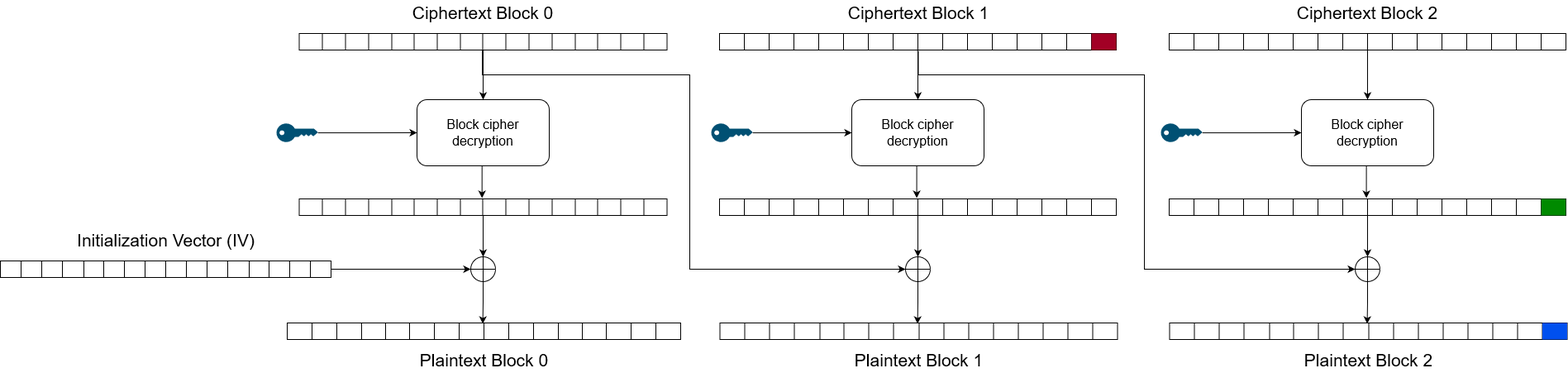
This is content/cryptography/aes_padding_oracle_i/images/aes-cbc-padding-oracle-1.png from dubs3c/Dojo, a draw.io export, as it was before one commit. Source tidied: cells renumbered, new cells last; positions are measured from the earlier drawing's top-left corner, leaving out a move shared by most shapes.
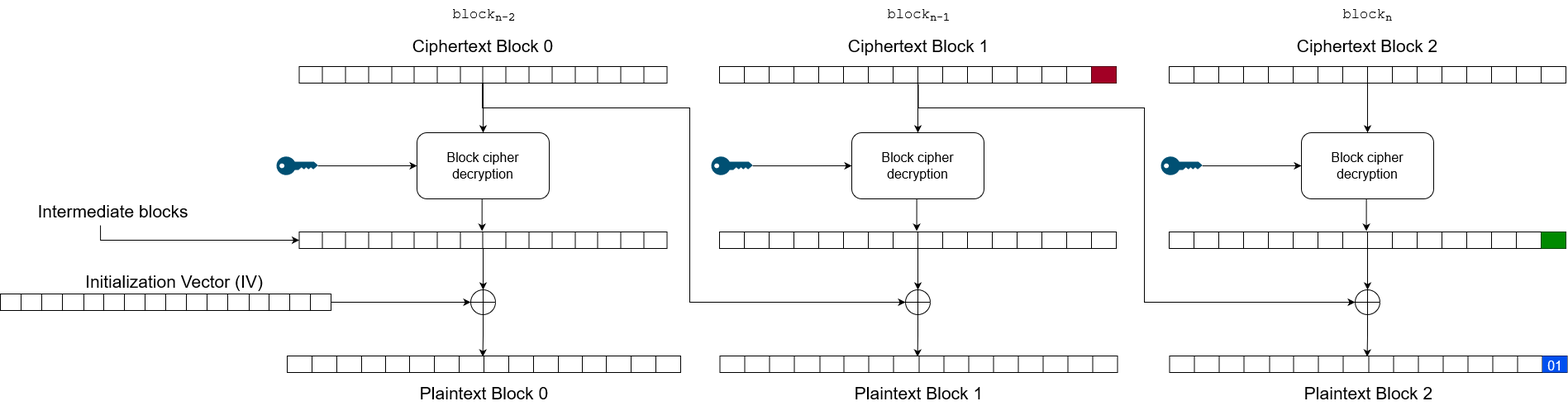
Later version of the same file.

What changed in the source:
```diff
@@ -141,8 +141,11 @@
     <mxCell id="45" value="Ciphertext Block 0" style="text;html=1;strokeColor=none;fillColor=none;align=center;verticalAlign=middle;whiteSpace=wrap;rounded=0;fontSize=21;" parent="1" vertex="1">
       <mxGeometry x="489" width="190" height="30" as="geometry" />
     </mxCell>
+    <mxCell id="222" style="edgeStyle=orthogonalEdgeStyle;rounded=0;jettySize=auto;html=1;exitX=0.437;exitY=1.067;exitDx=0;exitDy=0;exitPerimeter=0;" parent="1" edge="1" source="46" target="49">
+      <mxGeometry relative="1" as="geometry" />
+    </mxCell>
-    <mxCell id="46" value="Initialization Vector (IV)" style="text;html=1;strokeColor=none;fillColor=none;align=center;verticalAlign=middle;whiteSpace=wrap;rounded=0;fontSize=21;" parent="1" vertex="1">
-      <mxGeometry x="77.5" y="275" width="245" height="30" as="geometry" />
+    <mxCell id="46" value="Intermediate blocks" style="text;html=1;strokeColor=none;fillColor=none;align=center;verticalAlign=middle;whiteSpace=wrap;rounded=0;fontSize=21;" parent="1" vertex="1">
+      <mxGeometry x="14" y="200" width="245" height="30" as="geometry" />
     </mxCell>
     <mxCell id="47" style="edgeStyle=orthogonalEdgeStyle;rounded=0;jettySize=auto;html=1;fontSize=21;" parent="1" edge="1" source="48">
       <mxGeometry relative="1" as="geometry">
@@ -338,7 +341,7 @@
     <mxCell id="108" style="shape=partialRectangle;html=1;whiteSpace=wrap;overflow=hidden;fillColor=none;top=0;left=0;bottom=0;right=0;fontSize=16;" parent="94" vertex="1">
       <mxGeometry x="390" width="30" height="20" as="geometry" />
     </mxCell>
-    <mxCell id="109" style="shape=partialRectangle;html=1;whiteSpace=wrap;overflow=hidden;fillColor=none;top=0;left=0;bottom=0;right=0;fontSize=16;" parent="94" vertex="1">
+    <mxCell id="109" value="&amp;nbsp;" style="shape=partialRectangle;html=1;whiteSpace=wrap;overflow=hidden;fillColor=none;top=0;left=0;bottom=0;right=0;fontSize=16;fontColor=#ffffff;strokeColor=#6F0000;" parent="94" vertex="1">
       <mxGeometry x="420" width="30" height="20" as="geometry" />
     </mxCell>
     <mxCell id="110" style="shape=partialRectangle;html=1;whiteSpace=wrap;overflow=hidden;fillColor=#a20025;top=0;left=0;bottom=0;right=0;fontSize=16;strokeColor=#6F0000;fontColor=#ffffff;" parent="94" vertex="1">
@@ -606,7 +609,7 @@
     <mxCell id="196" style="shape=partialRectangle;html=1;whiteSpace=wrap;overflow=hidden;fillColor=none;top=0;left=0;bottom=0;right=0;fontSize=16;" parent="182" vertex="1">
       <mxGeometry x="390" width="30" height="20" as="geometry" />
     </mxCell>
-    <mxCell id="197" style="shape=partialRectangle;html=1;whiteSpace=wrap;overflow=hidden;fillColor=none;top=0;left=0;bottom=0;right=0;fontSize=16;" parent="182" vertex="1">
+    <mxCell id="197" style="shape=partialRectangle;html=1;whiteSpace=wrap;overflow=hidden;fillColor=none;top=0;left=0;bottom=0;right=0;fontSize=16;fontColor=#ffffff;strokeColor=#005700;" parent="182" vertex="1">
       <mxGeometry x="420" width="30" height="20" as="geometry" />
     </mxCell>
     <mxCell id="198" style="shape=partialRectangle;html=1;whiteSpace=wrap;overflow=hidden;fillColor=#008a00;top=0;left=0;bottom=0;right=0;fontSize=16;fontColor=#ffffff;strokeColor=#005700;" parent="182" vertex="1">
@@ -672,14 +675,26 @@
     <mxCell id="218" style="shape=partialRectangle;html=1;whiteSpace=wrap;overflow=hidden;fillColor=none;top=0;left=0;bottom=0;right=0;fontSize=16;" parent="204" vertex="1">
       <mxGeometry x="391" width="30" height="20" as="geometry" />
     </mxCell>
-    <mxCell id="219" style="shape=partialRectangle;html=1;whiteSpace=wrap;overflow=hidden;fillColor=none;top=0;left=0;bottom=0;right=0;fontSize=16;" parent="204" vertex="1">
+    <mxCell id="219" value="02" style="shape=partialRectangle;html=1;whiteSpace=wrap;overflow=hidden;fillColor=none;top=0;left=0;bottom=0;right=0;fontSize=16;fontColor=#ffffff;strokeColor=#001DBC;" parent="204" vertex="1">
       <mxGeometry x="421" width="30" height="20" as="geometry" />
     </mxCell>
-    <mxCell id="220" style="shape=partialRectangle;html=1;whiteSpace=wrap;overflow=hidden;fillColor=#0050ef;top=0;left=0;bottom=0;right=0;fontSize=16;fontColor=#ffffff;strokeColor=#001DBC;" parent="204" vertex="1">
+    <mxCell id="220" value="&lt;div&gt;01&lt;/div&gt;" style="shape=partialRectangle;html=1;whiteSpace=wrap;overflow=hidden;fillColor=#0050ef;top=0;left=0;bottom=0;right=0;fontSize=16;fontColor=#ffffff;strokeColor=#001DBC;" parent="204" vertex="1">
       <mxGeometry x="451" width="30" height="20" as="geometry" />
     </mxCell>
     <mxCell id="221" value="&lt;div&gt;Plaintext Block 2&lt;/div&gt;" style="text;html=1;strokeColor=none;fillColor=none;align=center;verticalAlign=middle;whiteSpace=wrap;rounded=0;fontSize=21;" parent="1" vertex="1">
       <mxGeometry x="1532.5" y="420" width="245" height="30" as="geometry" />
     </mxCell>
+    <mxCell id="223" value="Initialization Vector (IV)" style="text;html=1;strokeColor=none;fillColor=none;align=center;verticalAlign=middle;whiteSpace=wrap;rounded=0;fontSize=21;" parent="1" vertex="1">
+      <mxGeometry x="87.5" y="285" width="245" height="30" as="geometry" />
+    </mxCell>
+    <mxCell id="224" value="&lt;font style=&quot;font-size: 17px&quot; face=&quot;Courier New&quot;&gt;block&lt;sub&gt;n-1&lt;/sub&gt;&lt;/font&gt;" style="text;html=1;strokeColor=none;fillColor=none;align=center;verticalAlign=middle;whiteSpace=wrap;rounded=0;fontSize=21;" parent="1" vertex="1">
+      <mxGeometry x="1016" y="-40" width="190" height="30" as="geometry" />
+    </mxCell>
+    <mxCell id="225" value="&lt;div&gt;&lt;font style=&quot;font-size: 17px&quot; face=&quot;Courier New&quot;&gt;block&lt;sub&gt;n&lt;/sub&gt;&lt;/font&gt;&lt;/div&gt;" style="text;html=1;strokeColor=none;fillColor=none;align=center;verticalAlign=middle;whiteSpace=wrap;rounded=0;fontSize=21;" parent="1" vertex="1">
+      <mxGeometry x="1559" y="-40" width="190" height="30" as="geometry" />
+    </mxCell>
+    <mxCell id="226" value="&lt;div&gt;&lt;font style=&quot;font-size: 17px&quot; face=&quot;Courier New&quot;&gt;block&lt;sub&gt;n-2&lt;/sub&gt;&lt;/font&gt;&lt;/div&gt;" style="text;html=1;strokeColor=none;fillColor=none;align=center;verticalAlign=middle;whiteSpace=wrap;rounded=0;fontSize=21;" parent="1" vertex="1">
+      <mxGeometry x="490" y="-40" width="190" height="30" as="geometry" />
+    </mxCell>
   </root>
 </mxGraphModel>
```
